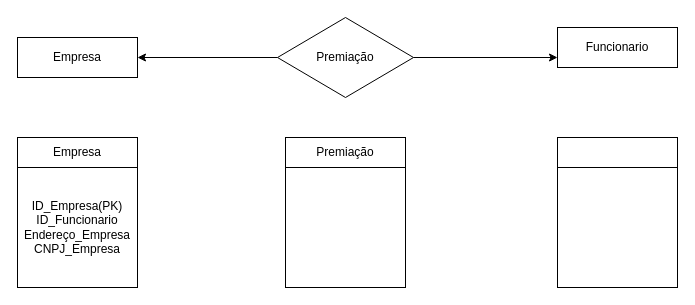
This is Atividade final UC2/Diagrama Modelagem de dados/Diagrama funcionariopremiação.drawio from geangela07/Atividades, a draw.io file, before an edit. Source tidied: cells renumbered, new cells numbered last; positions are measured from the earlier drawing's top-left corner, leaving out a move shared by most shapes. Both pictures are drawn from the tidied source at 100%, with x=0, y=0 at pixel (17, 17).
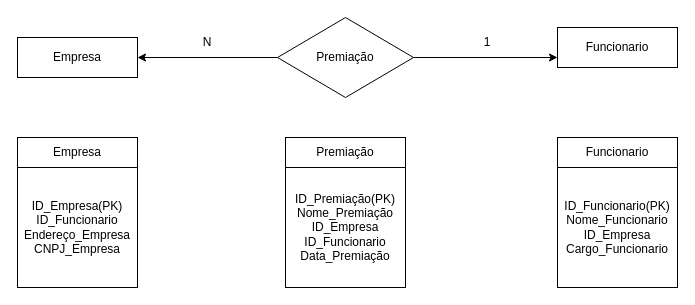
The same diagram, later.

The edit, as a diff of the source:
```diff
@@
 <mxGraphModel>
   <root>
     <mxCell id="0" />
     <mxCell id="1" parent="0" />
     <mxCell id="2" value="Empresa" style="rounded=0;whiteSpace=wrap;html=1;" parent="1" vertex="1">
       <mxGeometry y="20" width="120" height="40" as="geometry" />
     </mxCell>
     <mxCell id="3" value="Premiação" style="rhombus;whiteSpace=wrap;html=1;" parent="1" vertex="1">
       <mxGeometry x="260" width="136" height="80" as="geometry" />
     </mxCell>
     <mxCell id="4" value="Funcionario" style="rounded=0;whiteSpace=wrap;html=1;" parent="1" vertex="1">
       <mxGeometry x="540" y="10" width="120" height="40" as="geometry" />
     </mxCell>
     <mxCell id="5" style="endArrow=classic;html=1;rounded=0;entryX=1;entryY=0.5;entryDx=0;entryDy=0;exitX=0;exitY=0.5;exitDx=0;exitDy=0;" parent="1" edge="1" source="3" target="2">
       <mxGeometry relative="1" as="geometry" />
     </mxCell>
     <mxCell id="6" style="endArrow=classic;html=1;rounded=0;entryX=0;entryY=0.75;entryDx=0;entryDy=0;exitX=1;exitY=0.5;exitDx=0;exitDy=0;" parent="1" edge="1" source="3" target="4">
       <mxGeometry relative="1" as="geometry" />
     </mxCell>
     <mxCell id="7" value="Empresa" style="rounded=0;whiteSpace=wrap;html=1;" parent="1" vertex="1">
       <mxGeometry y="120" width="120" height="30" as="geometry" />
     </mxCell>
     <mxCell id="8" value="ID_Empresa(PK)&lt;br&gt;ID_Funcionario&lt;br&gt;Endereço_Empresa&lt;br&gt;CNPJ_Empresa" style="whiteSpace=wrap;html=1;" parent="1" vertex="1">
       <mxGeometry y="150" width="120" height="120" as="geometry" />
     </mxCell>
     <mxCell id="9" value="Premiação" style="rounded=0;whiteSpace=wrap;html=1;" parent="1" vertex="1">
       <mxGeometry x="268" y="120" width="120" height="30" as="geometry" />
     </mxCell>
-    <mxCell id="10" style="whiteSpace=wrap;html=1;" parent="1" vertex="1">
+    <mxCell id="10" value="ID_Premiação(PK)&lt;br&gt;Nome_Premiação&lt;br&gt;ID_Empresa&lt;br&gt;ID_Funcionario&lt;br&gt;Data_Premiação" style="whiteSpace=wrap;html=1;" parent="1" vertex="1">
       <mxGeometry x="268" y="150" width="120" height="120" as="geometry" />
     </mxCell>
-    <mxCell id="11" style="rounded=0;whiteSpace=wrap;html=1;" parent="1" vertex="1">
+    <mxCell id="11" value="Funcionario" style="rounded=0;whiteSpace=wrap;html=1;" parent="1" vertex="1">
       <mxGeometry x="540" y="120" width="120" height="30" as="geometry" />
     </mxCell>
-    <mxCell id="12" style="whiteSpace=wrap;html=1;" parent="1" vertex="1">
+    <mxCell id="12" value="ID_Funcionario(PK)&lt;br&gt;Nome_Funcionario&lt;br&gt;ID_Empresa&lt;br&gt;Cargo_Funcionario" style="whiteSpace=wrap;html=1;" parent="1" vertex="1">
       <mxGeometry x="540" y="150" width="120" height="120" as="geometry" />
     </mxCell>
+    <mxCell id="13" value="N" style="text;html=1;strokeColor=none;fillColor=none;align=center;verticalAlign=middle;whiteSpace=wrap;rounded=0;" parent="1" vertex="1">
+      <mxGeometry x="160" y="10" width="60" height="30" as="geometry" />
+    </mxCell>
+    <mxCell id="14" value="1" style="text;html=1;strokeColor=none;fillColor=none;align=center;verticalAlign=middle;whiteSpace=wrap;rounded=0;" parent="1" vertex="1">
+      <mxGeometry x="440" y="10" width="60" height="30" as="geometry" />
+    </mxCell>
   </root>
 </mxGraphModel>
```
